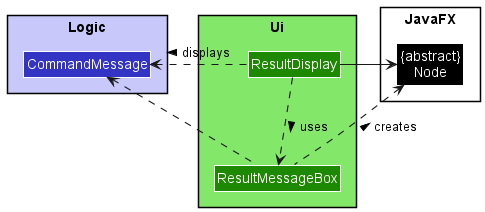
Above: docs/images/UiResultDisplayClassDiagram.png in nus-cs2103-AY2223S2/tp (PlantUML), before the change. The source it was exported from:
```plantuml
@startuml UiResultDisplayClassDiagram
!include style.puml

skinparam RoundCorner 0

skinparam arrowThickness 1.1

package Ui UI_COLOR_T1 {
    Class ResultDisplay UI_COLOR
    Class ResultMessageBox UI_COLOR
}

package Logic LOGIC_COLOR_T1 {
    Class CommandMessage LOGIC_COLOR
}

package JavaFX {
    Class "{abstract}\nNode" as Node #000000
}

ResultDisplay .down.> ResultMessageBox : uses >
ResultDisplay .left.> CommandMessage : displays >
ResultDisplay -right-> Node

ResultMessageBox .left.> CommandMessage
ResultMessageBox .up.> Node : creates >

@enduml
```
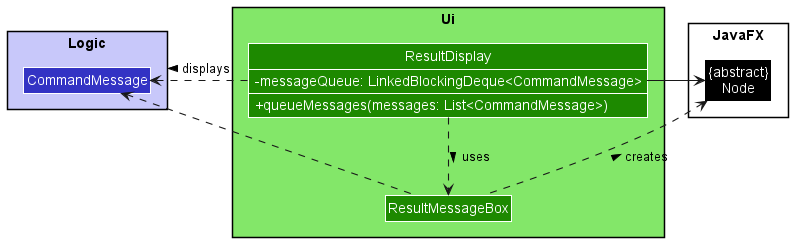
After the commit.

Diff of the diagram source:
```diff
@@ -6,9 +6,13 @@
 skinparam arrowThickness 1.1
 
 package Ui UI_COLOR_T1 {
-    Class ResultDisplay UI_COLOR
+    Class ResultDisplay UI_COLOR {
+        -messageQueue: LinkedBlockingDeque<CommandMessage>
+        +queueMessages(messages: List<CommandMessage>)
+    }
     Class ResultMessageBox UI_COLOR
 }
+show ResultDisplay members
 
 package Logic LOGIC_COLOR_T1 {
     Class CommandMessage LOGIC_COLOR
```
